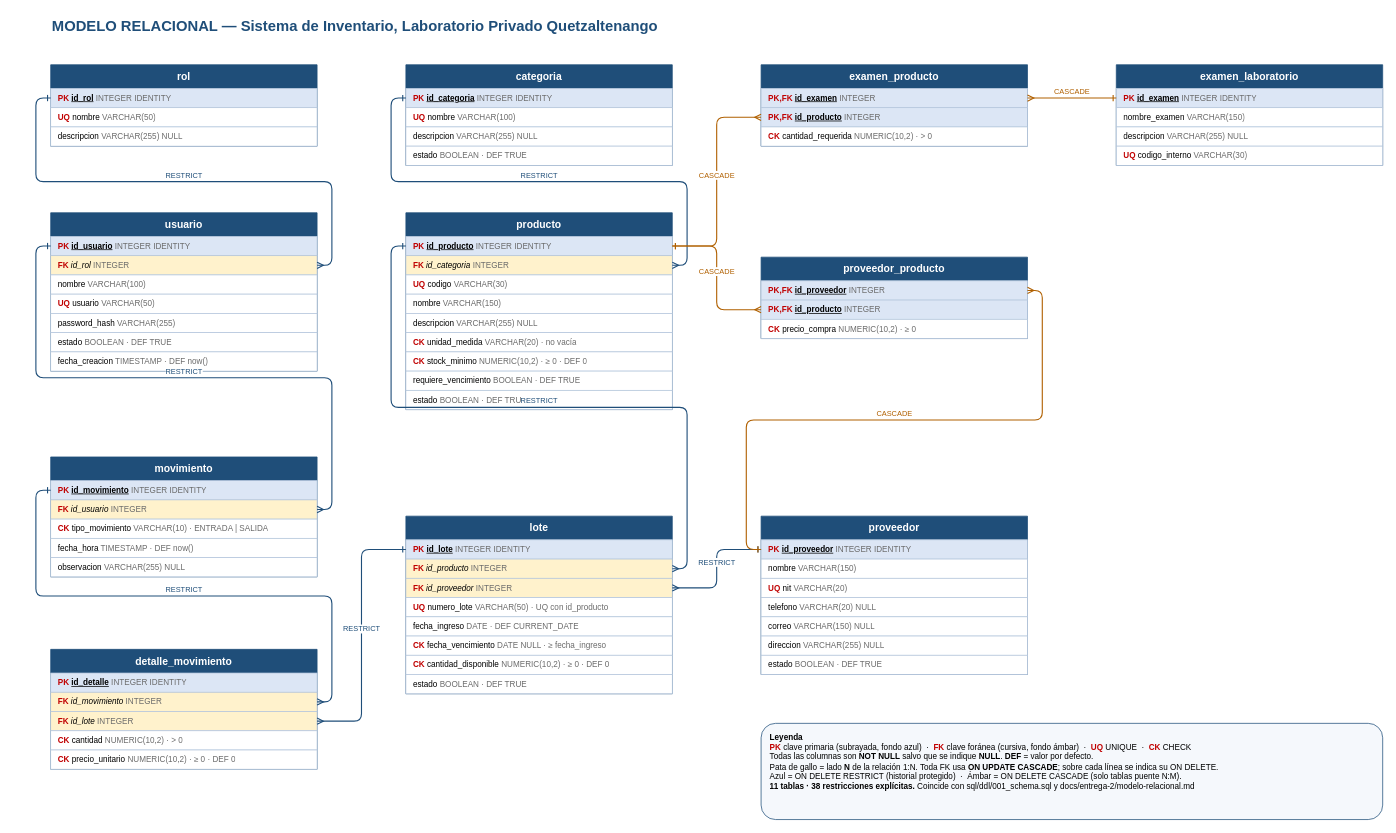
The draw.io diagram docs/diagramas/DIAGRAMA-RELACIONAL.drawio in Criss-paz/sistema-inventario-laboratorio, before the edit. Source tidied: cells renumbered, new cells numbered last; positions are measured from the earlier drawing's top-left corner, leaving out a move shared by most shapes. Both pictures are drawn from the tidied source at 74%, with x=0, y=0 at pixel (50, 13).
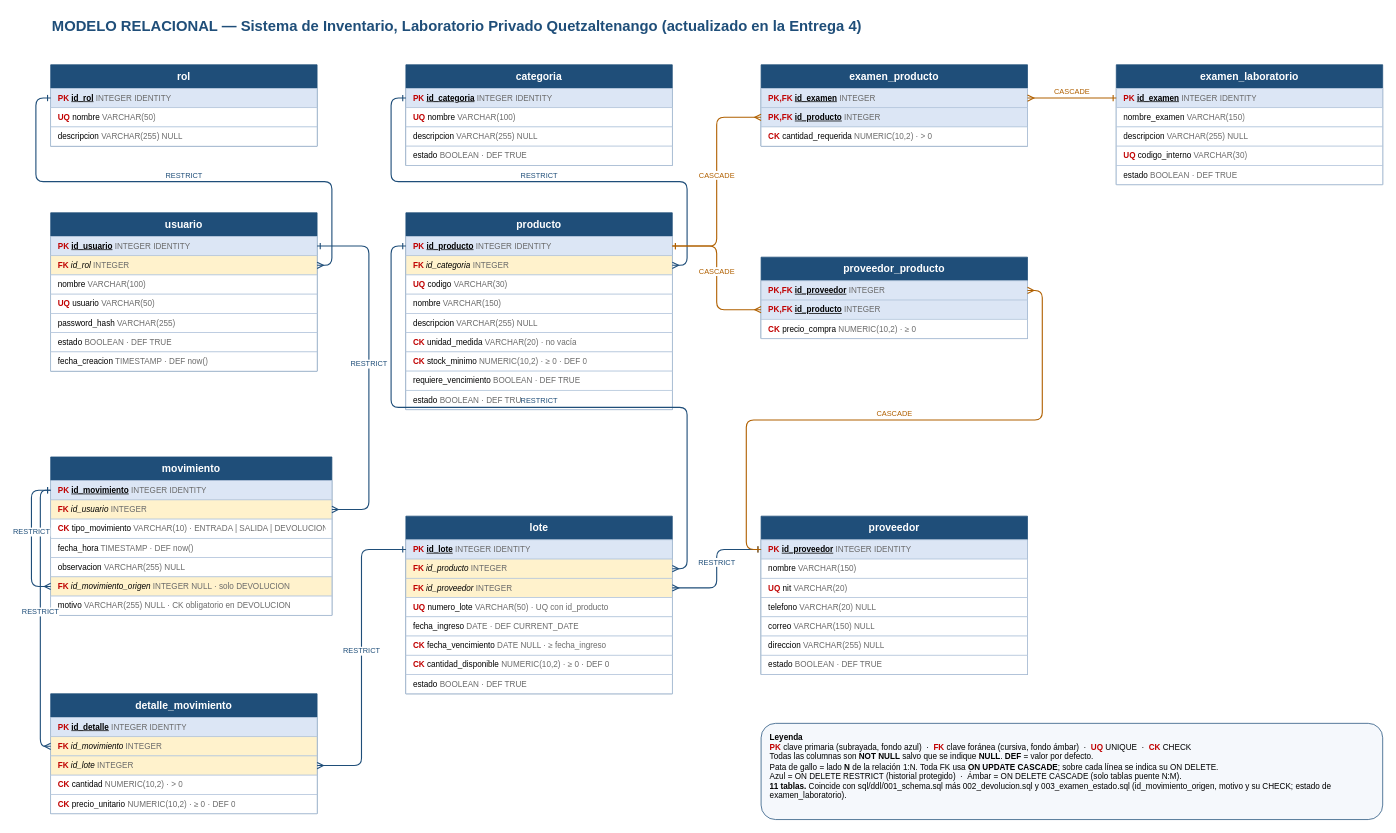
After the change.

Commit message (it also covers changes not shown here):
docs(diagramas): actualiza ER y relacional con la devolución y la baja de exámenes; matriz v3

The change refers to these unchanged cells:
```xml
<mxCell id="7" value="&lt;font color=&quot;#C00000&quot;&gt;&lt;b&gt;PK&lt;/b&gt;&lt;/font&gt; &lt;u&gt;&lt;b&gt;id_usuario&lt;/b&gt;&lt;/u&gt; &lt;font color=&quot;#6B6B6B&quot;&gt;INTEGER IDENTITY&lt;/font&gt;" style="text;strokeColor=#B4C6DC;fillColor=#DCE6F5;align=left;verticalAlign=middle;spacingLeft=8;spacingRight=8;overflow=hidden;whiteSpace=nowrap;points=[[0,0.5,0,0,0],[1,0.5,0,0,0]];portConstraint=eastwest;html=1;fontSize=11;fontColor=#000000;" parent="6" vertex="1">
  <mxGeometry y="32" width="360" height="26" as="geometry" />
</mxCell>
<mxCell id="22" value="&lt;font color=&quot;#C00000&quot;&gt;&lt;b&gt;FK&lt;/b&gt;&lt;/font&gt; &lt;i&gt;id_movimiento&lt;/i&gt; &lt;font color=&quot;#6B6B6B&quot;&gt;INTEGER&lt;/font&gt;" style="text;strokeColor=#B4C6DC;fillColor=#FFF2CC;align=left;verticalAlign=middle;spacingLeft=8;spacingRight=8;overflow=hidden;whiteSpace=nowrap;points=[[0,0.5,0,0,0],[1,0.5,0,0,0]];portConstraint=eastwest;html=1;fontSize=11;fontColor=#000000;" parent="20" vertex="1">
  <mxGeometry y="58" width="360" height="26" as="geometry" />
</mxCell>
```

What changed in the source:
```diff
@@
     <mxCell id="14" value="movimiento" style="swimlane;fontStyle=1;align=center;verticalAlign=middle;horizontal=1;startSize=32;html=1;whiteSpace=wrap;strokeColor=#1F4E79;fillColor=#1F4E79;fontColor=#FFFFFF;fontSize=14;swimlaneFillColor=#FFFFFF;" parent="1" vertex="1">
-      <mxGeometry y="600" width="360" height="162" as="geometry" />
+      <mxGeometry y="600" width="380" height="214" as="geometry" />
     </mxCell>
     <mxCell id="15" value="&lt;font color=&quot;#C00000&quot;&gt;&lt;b&gt;PK&lt;/b&gt;&lt;/font&gt; &lt;u&gt;&lt;b&gt;id_movimiento&lt;/b&gt;&lt;/u&gt; &lt;font color=&quot;#6B6B6B&quot;&gt;INTEGER IDENTITY&lt;/font&gt;" style="text;strokeColor=#B4C6DC;fillColor=#DCE6F5;align=left;verticalAlign=middle;spacingLeft=8;spacingRight=8;overflow=hidden;whiteSpace=nowrap;points=[[0,0.5,0,0,0],[1,0.5,0,0,0]];portConstraint=eastwest;html=1;fontSize=11;fontColor=#000000;" parent="14" vertex="1">
-      <mxGeometry y="32" width="360" height="26" as="geometry" />
+      <mxGeometry y="32" width="380" height="26" as="geometry" />
     </mxCell>
     <mxCell id="16" value="&lt;font color=&quot;#C00000&quot;&gt;&lt;b&gt;FK&lt;/b&gt;&lt;/font&gt; &lt;i&gt;id_usuario&lt;/i&gt; &lt;font color=&quot;#6B6B6B&quot;&gt;INTEGER&lt;/font&gt;" style="text;strokeColor=#B4C6DC;fillColor=#FFF2CC;align=left;verticalAlign=middle;spacingLeft=8;spacingRight=8;overflow=hidden;whiteSpace=nowrap;points=[[0,0.5,0,0,0],[1,0.5,0,0,0]];portConstraint=eastwest;html=1;fontSize=11;fontColor=#000000;" parent="14" vertex="1">
-      <mxGeometry y="58" width="360" height="26" as="geometry" />
+      <mxGeometry y="58" width="380" height="26" as="geometry" />
     </mxCell>
-    <mxCell id="17" value="&lt;font color=&quot;#C00000&quot;&gt;&lt;b&gt;CK&lt;/b&gt;&lt;/font&gt; tipo_movimiento &lt;font color=&quot;#6B6B6B&quot;&gt;VARCHAR(10) · ENTRADA | SALIDA&lt;/font&gt;" style="text;strokeColor=#B4C6DC;fillColor=#FFFFFF;align=left;verticalAlign=middle;spacingLeft=8;spacingRight=8;overflow=hidden;whiteSpace=nowrap;html=1;fontSize=11;fontColor=#000000;" parent="14" vertex="1">
-      <mxGeometry y="84" width="360" height="26" as="geometry" />
+    <mxCell id="17" value="&lt;font color=&quot;#C00000&quot;&gt;&lt;b&gt;CK&lt;/b&gt;&lt;/font&gt; tipo_movimiento &lt;font color=&quot;#6B6B6B&quot;&gt;VARCHAR(10) · ENTRADA | SALIDA | DEVOLUCION&lt;/font&gt;" style="text;strokeColor=#B4C6DC;fillColor=#FFFFFF;align=left;verticalAlign=middle;spacingLeft=8;spacingRight=8;overflow=hidden;whiteSpace=nowrap;html=1;fontSize=11;fontColor=#000000;" parent="14" vertex="1">
+      <mxGeometry y="84" width="380" height="26" as="geometry" />
     </mxCell>
     <mxCell id="18" value="fecha_hora &lt;font color=&quot;#6B6B6B&quot;&gt;TIMESTAMP · DEF now()&lt;/font&gt;" style="text;strokeColor=#B4C6DC;fillColor=#FFFFFF;align=left;verticalAlign=middle;spacingLeft=8;spacingRight=8;overflow=hidden;whiteSpace=nowrap;html=1;fontSize=11;fontColor=#000000;" parent="14" vertex="1">
-      <mxGeometry y="110" width="360" height="26" as="geometry" />
+      <mxGeometry y="110" width="380" height="26" as="geometry" />
     </mxCell>
     <mxCell id="19" value="observacion &lt;font color=&quot;#6B6B6B&quot;&gt;VARCHAR(255) NULL&lt;/font&gt;" style="text;strokeColor=#B4C6DC;fillColor=#FFFFFF;align=left;verticalAlign=middle;spacingLeft=8;spacingRight=8;overflow=hidden;whiteSpace=nowrap;html=1;fontSize=11;fontColor=#000000;" parent="14" vertex="1">
-      <mxGeometry y="136" width="360" height="26" as="geometry" />
+      <mxGeometry y="136" width="380" height="26" as="geometry" />
     </mxCell>
+    <mxCell id="84" value="&lt;font color=&quot;#C00000&quot;&gt;&lt;b&gt;FK&lt;/b&gt;&lt;/font&gt; &lt;i&gt;id_movimiento_origen&lt;/i&gt; &lt;font color=&quot;#6B6B6B&quot;&gt;INTEGER NULL · solo DEVOLUCION&lt;/font&gt;" style="text;strokeColor=#B4C6DC;fillColor=#FFF2CC;align=left;verticalAlign=middle;spacingLeft=8;spacingRight=8;overflow=hidden;whiteSpace=nowrap;points=[[0,0.5,0,0,0],[1,0.5,0,0,0]];portConstraint=eastwest;html=1;fontSize=11;fontColor=#000000;" parent="14" vertex="1">
+      <mxGeometry y="162" width="380" height="26" as="geometry" />
+    </mxCell>
+    <mxCell id="85" value="motivo &lt;font color=&quot;#6B6B6B&quot;&gt;VARCHAR(255) NULL · CK obligatorio en DEVOLUCION&lt;/font&gt;" style="text;strokeColor=#B4C6DC;fillColor=#FFFFFF;align=left;verticalAlign=middle;spacingLeft=8;spacingRight=8;overflow=hidden;whiteSpace=nowrap;html=1;fontSize=11;fontColor=#000000;" parent="14" vertex="1">
+      <mxGeometry y="188" width="380" height="26" as="geometry" />
+    </mxCell>
     <mxCell id="20" value="detalle_movimiento" style="swimlane;fontStyle=1;align=center;verticalAlign=middle;horizontal=1;startSize=32;html=1;whiteSpace=wrap;strokeColor=#1F4E79;fillColor=#1F4E79;fontColor=#FFFFFF;fontSize=14;swimlaneFillColor=#FFFFFF;" parent="1" vertex="1">
-      <mxGeometry y="860" width="360" height="162" as="geometry" />
+      <mxGeometry y="920" width="360" height="162" as="geometry" />
     </mxCell>
@@
     <mxCell id="66" value="examen_laboratorio" style="swimlane;fontStyle=1;align=center;verticalAlign=middle;horizontal=1;startSize=32;html=1;whiteSpace=wrap;strokeColor=#1F4E79;fillColor=#1F4E79;fontColor=#FFFFFF;fontSize=14;swimlaneFillColor=#FFFFFF;" parent="1" vertex="1">
-      <mxGeometry x="1440" y="70" width="360" height="136" as="geometry" />
+      <mxGeometry x="1440" y="70" width="360" height="162" as="geometry" />
     </mxCell>
@@
+    <mxCell id="86" value="estado &lt;font color=&quot;#6B6B6B&quot;&gt;BOOLEAN · DEF TRUE&lt;/font&gt;" style="text;strokeColor=#B4C6DC;fillColor=#FFFFFF;align=left;verticalAlign=middle;spacingLeft=8;spacingRight=8;overflow=hidden;whiteSpace=nowrap;html=1;fontSize=11;fontColor=#000000;" parent="66" vertex="1">
+      <mxGeometry y="136" width="360" height="26" as="geometry" />
+    </mxCell>
@@
-    <mxCell id="72" value="RESTRICT" style="edgeStyle=orthogonalEdgeStyle;rounded=1;html=1;jettySize=auto;endArrow=ERmany;endFill=0;startArrow=ERone;startFill=0;strokeColor=#1F4E79;strokeWidth=1.5;fontSize=10;fontColor=#1F4E79;labelBackgroundColor=#FFFFFF;verticalAlign=bottom;labelBorderColor=none;" parent="1" edge="1" source="7" target="16">
-      <mxGeometry relative="1" as="geometry" />
+    <mxCell id="72" value="RESTRICT" style="edgeStyle=orthogonalEdgeStyle;rounded=1;html=1;jettySize=auto;endArrow=ERmany;endFill=0;startArrow=ERone;startFill=0;strokeColor=#1F4E79;strokeWidth=1.5;fontSize=10;fontColor=#1F4E79;labelBackgroundColor=#FFFFFF;verticalAlign=bottom;labelBorderColor=none;exitX=1;exitY=0.5;exitDx=0;exitDy=0;entryX=1;entryY=0.5;entryDx=0;entryDy=0;" parent="1" edge="1" source="7" target="16">
+      <mxGeometry relative="1" as="geometry">
+        <Array as="points">
+          <mxPoint x="430" y="315" />
+          <mxPoint x="430" y="671" />
+        </Array>
+      </mxGeometry>
     </mxCell>
-    <mxCell id="73" value="RESTRICT" style="edgeStyle=orthogonalEdgeStyle;rounded=1;html=1;jettySize=auto;endArrow=ERmany;endFill=0;startArrow=ERone;startFill=0;strokeColor=#1F4E79;strokeWidth=1.5;fontSize=10;fontColor=#1F4E79;labelBackgroundColor=#FFFFFF;verticalAlign=bottom;labelBorderColor=none;" parent="1" edge="1" source="15" target="22">
-      <mxGeometry relative="1" as="geometry" />
+    <mxCell id="73" value="RESTRICT" style="edgeStyle=orthogonalEdgeStyle;rounded=1;html=1;jettySize=auto;endArrow=ERmany;endFill=0;startArrow=ERone;startFill=0;strokeColor=#1F4E79;strokeWidth=1.5;fontSize=10;fontColor=#1F4E79;labelBackgroundColor=#FFFFFF;verticalAlign=bottom;labelBorderColor=none;exitX=0;exitY=0.5;exitDx=0;exitDy=0;entryX=0;entryY=0.5;entryDx=0;entryDy=0;" parent="1" edge="1" source="15" target="22">
+      <mxGeometry relative="1" as="geometry">
+        <Array as="points">
+          <mxPoint x="-14" y="645" />
+          <mxPoint x="-14" y="991" />
+        </Array>
+      </mxGeometry>
     </mxCell>
@@
+    <mxCell id="87" value="RESTRICT" style="edgeStyle=orthogonalEdgeStyle;rounded=1;html=1;jettySize=auto;endArrow=ERmany;endFill=0;startArrow=ERone;startFill=0;strokeColor=#1F4E79;strokeWidth=1.5;fontSize=10;fontColor=#1F4E79;labelBackgroundColor=#FFFFFF;verticalAlign=bottom;labelBorderColor=none;exitX=0;exitY=0.5;exitDx=0;exitDy=0;entryX=0;entryY=0.5;entryDx=0;entryDy=0;" parent="1" edge="1" source="15" target="84">
+      <mxGeometry relative="1" as="geometry">
+        <Array as="points">
+          <mxPoint x="-26" y="645" />
+          <mxPoint x="-26" y="775" />
+        </Array>
+      </mxGeometry>
+    </mxCell>
-    <mxCell id="82" value="&lt;b&gt;Leyenda&lt;/b&gt;&lt;br&gt;&lt;font color=&quot;#C00000&quot;&gt;&lt;b&gt;PK&lt;/b&gt;&lt;/font&gt; clave primaria (subrayada, fondo azul) &amp;#160;·&amp;#160; &lt;font color=&quot;#C00000&quot;&gt;&lt;b&gt;FK&lt;/b&gt;&lt;/font&gt; clave foránea (cursiva, fondo ámbar) &amp;#160;·&amp;#160; &lt;font color=&quot;#C00000&quot;&gt;&lt;b&gt;UQ&lt;/b&gt;&lt;/font&gt; UNIQUE &amp;#160;·&amp;#160; &lt;font color=&quot;#C00000&quot;&gt;&lt;b&gt;CK&lt;/b&gt;&lt;/font&gt; CHECK&lt;br&gt;Todas las columnas son &lt;b&gt;NOT NULL&lt;/b&gt; salvo que se indique &lt;b&gt;NULL&lt;/b&gt;. &lt;b&gt;DEF&lt;/b&gt; = valor por defecto.&lt;br&gt;Pata de gallo = lado &lt;b&gt;N&lt;/b&gt; de la relación 1:N. Toda FK usa &lt;b&gt;ON UPDATE CASCADE&lt;/b&gt;; sobre cada línea se indica su ON DELETE.&lt;br&gt;Azul = ON DELETE RESTRICT (historial protegido) &amp;#160;·&amp;#160; Ámbar = ON DELETE CASCADE (solo tablas puente N:M).&lt;br&gt;&lt;b&gt;11 tablas · 38 restricciones explícitas.&lt;/b&gt; Coincide con sql/ddl/001_schema.sql y docs/entrega-2/modelo-relacional.md" style="text;html=1;align=left;verticalAlign=top;whiteSpace=wrap;strokeColor=#1F4E79;fillColor=#F5F8FC;spacingLeft=10;spacingTop=6;fontSize=11;rounded=1;" parent="1" vertex="1">
+    <mxCell id="82" value="&lt;b&gt;Leyenda&lt;/b&gt;&lt;br&gt;&lt;font color=&quot;#C00000&quot;&gt;&lt;b&gt;PK&lt;/b&gt;&lt;/font&gt; clave primaria (subrayada, fondo azul) &amp;#160;·&amp;#160; &lt;font color=&quot;#C00000&quot;&gt;&lt;b&gt;FK&lt;/b&gt;&lt;/font&gt; clave foránea (cursiva, fondo ámbar) &amp;#160;·&amp;#160; &lt;font color=&quot;#C00000&quot;&gt;&lt;b&gt;UQ&lt;/b&gt;&lt;/font&gt; UNIQUE &amp;#160;·&amp;#160; &lt;font color=&quot;#C00000&quot;&gt;&lt;b&gt;CK&lt;/b&gt;&lt;/font&gt; CHECK&lt;br&gt;Todas las columnas son &lt;b&gt;NOT NULL&lt;/b&gt; salvo que se indique &lt;b&gt;NULL&lt;/b&gt;. &lt;b&gt;DEF&lt;/b&gt; = valor por defecto.&lt;br&gt;Pata de gallo = lado &lt;b&gt;N&lt;/b&gt; de la relación 1:N. Toda FK usa &lt;b&gt;ON UPDATE CASCADE&lt;/b&gt;; sobre cada línea se indica su ON DELETE.&lt;br&gt;Azul = ON DELETE RESTRICT (historial protegido) &amp;#160;·&amp;#160; Ámbar = ON DELETE CASCADE (solo tablas puente N:M).&lt;br&gt;&lt;b&gt;11 tablas.&lt;/b&gt; Coincide con sql/ddl/001_schema.sql más 002_devolucion.sql y 003_examen_estado.sql (id_movimiento_origen, motivo y su CHECK; estado de examen_laboratorio)." style="text;html=1;align=left;verticalAlign=top;whiteSpace=wrap;strokeColor=#1F4E79;fillColor=#F5F8FC;spacingLeft=10;spacingTop=6;fontSize=11;rounded=1;" parent="1" vertex="1">
       <mxGeometry x="960" y="960" width="840" height="130" as="geometry" />
     </mxCell>
-    <mxCell id="83" value="MODELO RELACIONAL — Sistema de Inventario, Laboratorio Privado Quetzaltenango" style="text;html=1;align=left;verticalAlign=middle;fontSize=20;fontStyle=1;fontColor=#1F4E79;" parent="1" vertex="1">
+    <mxCell id="83" value="MODELO RELACIONAL — Sistema de Inventario, Laboratorio Privado Quetzaltenango (actualizado en la Entrega 4)" style="text;html=1;align=left;verticalAlign=middle;fontSize=20;fontStyle=1;fontColor=#1F4E79;" parent="1" vertex="1">
       <mxGeometry width="1100" height="34" as="geometry" />
     </mxCell>
```
